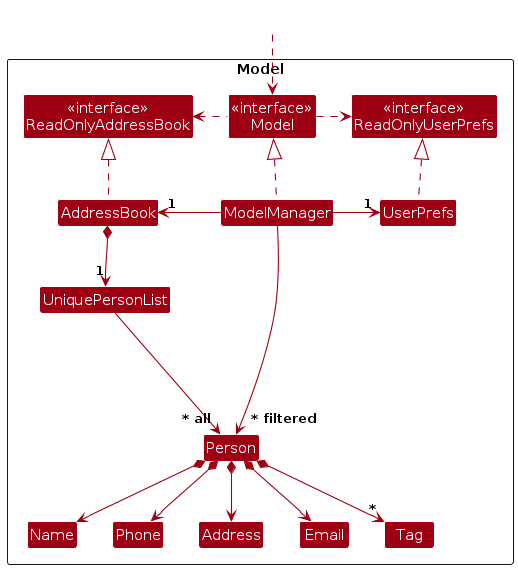
Before: diagrams/ModelClassDiagram.png, a diagram exported from PlantUML (AY2627S1-CS2103-F09-1/tp). Its source is kept beside it as diagrams/ModelClassDiagram.puml. Source of this version:
```plantuml
@startuml
!include style.puml
skinparam arrowThickness 1.1
skinparam arrowColor MODEL_COLOR
skinparam classBackgroundColor MODEL_COLOR

Package Model as ModelPackage <<Rectangle>>{
Class "<<interface>>\nReadOnlyAddressBook" as ReadOnlyAddressBook
Class "<<interface>>\nReadOnlyUserPrefs" as ReadOnlyUserPrefs
Class "<<interface>>\nModel" as Model
Class AddressBook
Class ModelManager
Class UserPrefs

Class UniquePersonList
Class Person
Class Address
Class Email
Class Name
Class Phone
Class Tag

Class I #FFFFFF
}

Class HiddenOutside #FFFFFF
HiddenOutside ..> Model

AddressBook .up.|> ReadOnlyAddressBook

ModelManager .up.|> Model
Model .right.> ReadOnlyUserPrefs
Model .left.> ReadOnlyAddressBook
ModelManager -left-> "1" AddressBook
ModelManager -right-> "1" UserPrefs
UserPrefs .up.|> ReadOnlyUserPrefs

AddressBook *--> "1" UniquePersonList
UniquePersonList --> "~* all" Person
Person *--> Name
Person *--> Phone
Person *--> Email
Person *--> Address
Person *--> "*" Tag

Person -[hidden]up--> I
UniquePersonList -[hidden]right-> I

Name -[hidden]right-> Phone
Phone -[hidden]right-> Address
Address -[hidden]right-> Email

ModelManager --> "~* filtered" Person
@enduml
```
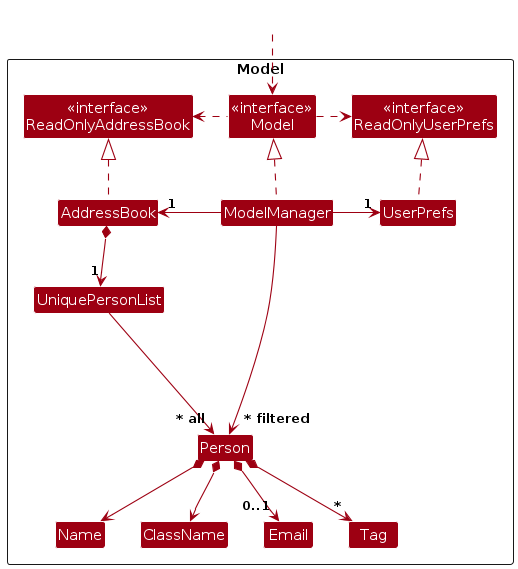
After the commit.

Change to the diagram source:
```diff
@@ -14,10 +14,9 @@
 
 Class UniquePersonList
 Class Person
-Class Address
+Class ClassName
 Class Email
 Class Name
-Class Phone
 Class Tag
 
 Class I #FFFFFF
@@ -38,17 +37,15 @@
 AddressBook *--> "1" UniquePersonList
 UniquePersonList --> "~* all" Person
 Person *--> Name
-Person *--> Phone
-Person *--> Email
-Person *--> Address
+Person *--> ClassName
+Person *--> "0..1" Email
 Person *--> "*" Tag
 
 Person -[hidden]up--> I
 UniquePersonList -[hidden]right-> I
 
-Name -[hidden]right-> Phone
-Phone -[hidden]right-> Address
-Address -[hidden]right-> Email
+Name -[hidden]right-> ClassName
+ClassName -[hidden]right-> Email
 
 ModelManager --> "~* filtered" Person
 @enduml
```
